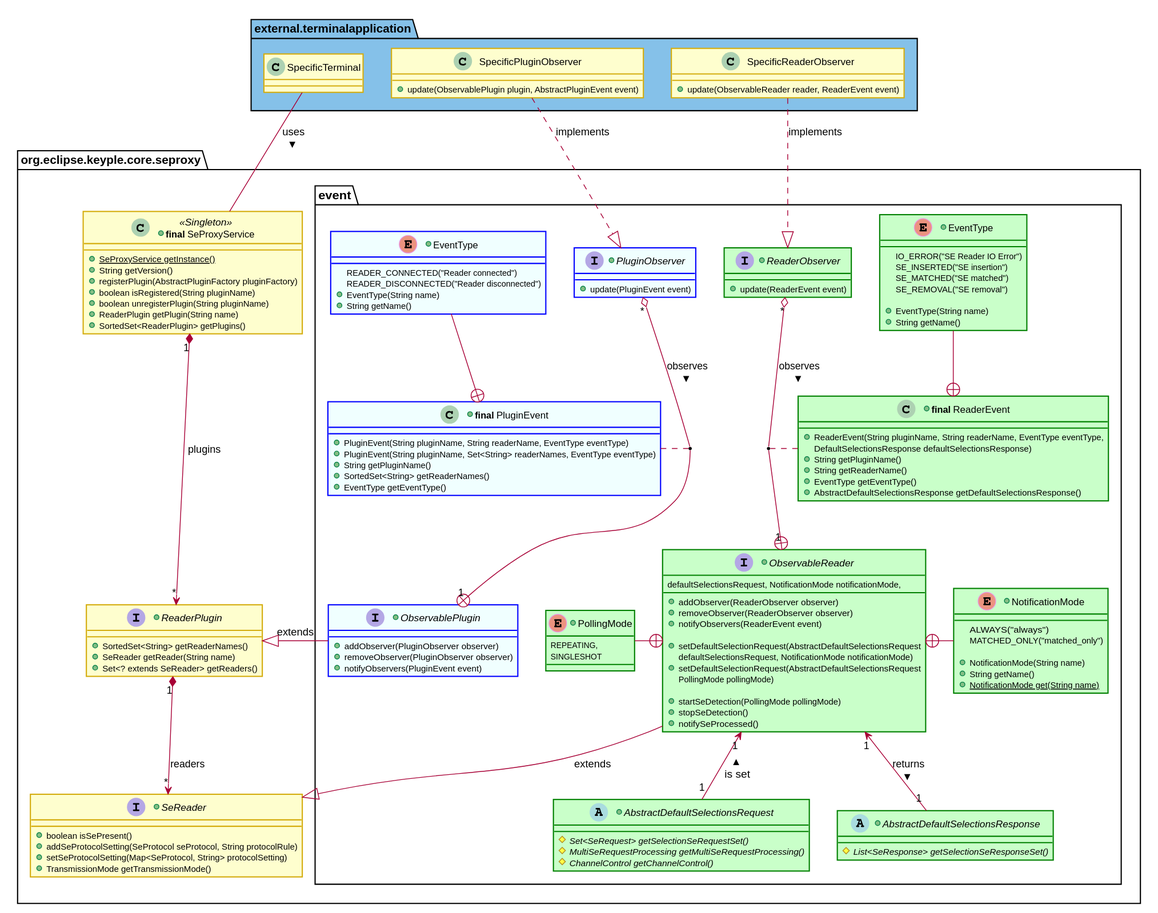
Above: docs/KeypleCoreApi/ApplicationApi/img/KeypleCore_ApplicationApi_ClassDiag_SE_Proxy_ObservablePluginAndReaderEvents_0_8_1.svg in calypsonet/keyple (PlantUML), before the change.
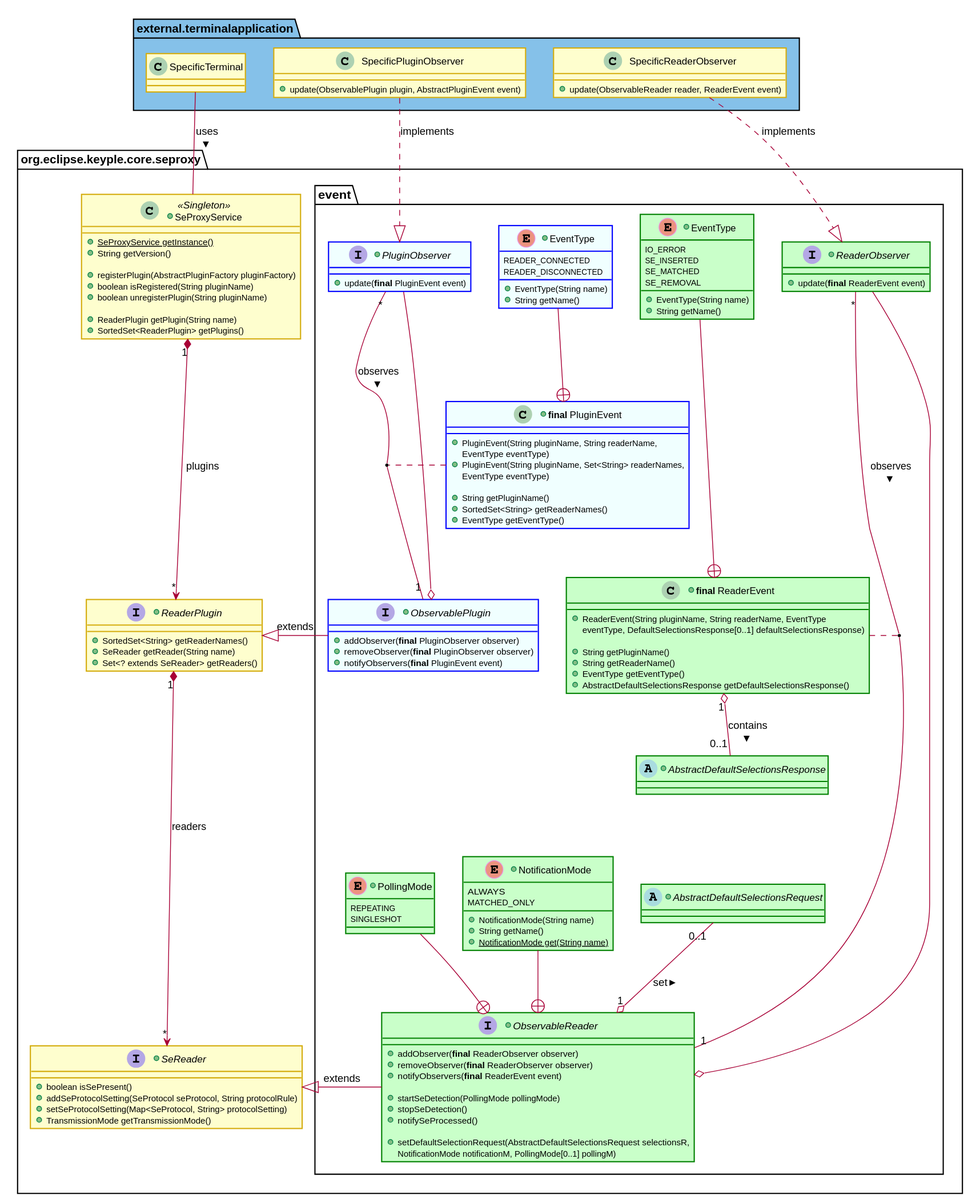
The same file after the commit.

What changed in the source:
```diff
@@ -38,121 +38,91 @@
 
 package org.eclipse.keyple.core.seproxy #FFFFFF {
 
-+class "<b>final</b> SeProxyService" as SeProxyService << Singleton >> {
-  +{static}SeProxyService getInstance()
-  +String getVersion()
-  +registerPlugin(AbstractPluginFactory pluginFactory)
-  +boolean isRegistered(String pluginName)
-  +boolean unregisterPlugin(String pluginName)
-  +ReaderPlugin getPlugin(String name)
-  +SortedSet<ReaderPlugin> getPlugins()
-}
+  class SeProxyService
 
   package event #FFFFFF {
 +enum "EventType" as EventType_Plugin {
-  READER_CONNECTED("Reader connected")
-  READER_DISCONNECTED("Reader disconnected")
+  READER_CONNECTED
+  READER_DISCONNECTED
   +EventType(String name)
   +String getName()
 }
 
 +class "<b>final</b> PluginEvent" as PluginEvent {
-  +PluginEvent(String pluginName, String readerName, EventType eventType)
-  +PluginEvent(String pluginName, Set<String> readerNames, EventType eventType)
+  +PluginEvent(String pluginName, String readerName,
+    EventType eventType)
+  +PluginEvent(String pluginName, Set<String> readerNames,
+    EventType eventType)
+
   +String getPluginName()
   +SortedSet<String> getReaderNames()
   +EventType getEventType()
 }
++interface PluginObserver {
+  +update(<b>final</b> PluginEvent event)
+}
+    interface ObservablePlugin
     EventType_Plugin -up-+ PluginEvent
 
-+interface PluginObserver {
-  +update(PluginEvent event)
-}
-+interface ObservablePlugin {
-  +addObserver(PluginObserver observer)
-  +removeObserver(PluginObserver observer)
-  +notifyObservers(PluginEvent event)
-}
 
-    PluginObserver "1" +-down-o "*" ObservablePlugin : observes <
+    PluginObserver "*" -down- "1" ObservablePlugin : observes >
     PluginEvent . (ObservablePlugin, PluginObserver)
+    PluginObserver --o ObservablePlugin
 
 +enum "EventType" as EventType_Reader {
-  IO_ERROR("SE Reader IO Error")
-  SE_INSERTED("SE insertion")
-  SE_MATCHED("SE matched")
-  SE_REMOVAL("SE removal")
-
+  IO_ERROR
+  SE_INSERTED
+  SE_MATCHED
+  SE_REMOVAL
   +EventType(String name)
   +String getName()
 }
 
 +class "<b>final</b> ReaderEvent" as ReaderEvent {
-  +ReaderEvent(String pluginName, String readerName, EventType eventType,
-    DefaultSelectionsResponse defaultSelectionsResponse)
+  +ReaderEvent(String pluginName, String readerName, EventType
+  eventType, DefaultSelectionsResponse[0..1] defaultSelectionsResponse)
+
   +String getPluginName()
   +String getReaderName()
   +EventType getEventType()
   +AbstractDefaultSelectionsResponse getDefaultSelectionsResponse()
 }
-    EventType_Reader -up-+ ReaderEvent
+    EventType_Reader -up--+ ReaderEvent
+    ReaderEvent "1" o-down- "0..1" AbstractDefaultSelectionsResponse : contains >
 
 +interface ReaderObserver {
-  +update(ReaderEvent event)
+  +update(<b>final</b> ReaderEvent event)
 }
-+interface ObservableReader {
-  +addObserver(ReaderObserver observer)
-  +removeObserver(ReaderObserver observer)
-  +notifyObservers(ReaderEvent event)
-
-  +setDefaultSelectionRequest(AbstractDefaultSelectionsRequest
-    defaultSelectionsRequest, NotificationMode notificationMode)
-  +setDefaultSelectionRequest(AbstractDefaultSelectionsRequest
-    defaultSelectionsRequest, NotificationMode notificationMode,
-    PollingMode pollingMode)
-
-  +startSeDetection(PollingMode pollingMode)
-  +stopSeDetection()
-  +notifySeProcessed()
-}
+    interface ObservableReader
 +enum NotificationMode {
-  ALWAYS("always")
-  MATCHED_ONLY("matched_only")
-
+  ALWAYS
+  MATCHED_ONLY
   +NotificationMode(String name)
   +String getName()
   +{static}NotificationMode get(String name)
 }
 
 +enum PollingMode {
-  REPEATING,
+  REPEATING
   SINGLESHOT
 }
 +abstract AbstractDefaultSelectionsRequest {
-  {abstract} #Set<SeRequest> getSelectionSeRequestSet()
-  {abstract} #MultiSeRequestProcessing getMultiSeRequestProcessing()
-  {abstract} #ChannelControl getChannelControl()
 }
 
 +abstract AbstractDefaultSelectionsResponse {
-  {abstract} #List<SeResponse> getSelectionSeResponseSet()
 }
 
-    ReaderObserver "1" +-down-o "*" ObservableReader : observes <
+    ReaderObserver "*" -down-- "1" ObservableReader : observes >
     ReaderEvent . (ReaderObserver, ObservableReader)
+    ReaderObserver --o ObservableReader
 
-    PollingMode -left-+ ObservableReader
-    NotificationMode -right-+ ObservableReader
-
-    ObservableReader "1" <-- "1" AbstractDefaultSelectionsRequest : is set <
-    ObservableReader "1" <-- "1" AbstractDefaultSelectionsResponse : returns >
+    PollingMode --+ ObservableReader
+    NotificationMode --+ ObservableReader
+    ObservableReader "1" o-up- "0..1" AbstractDefaultSelectionsRequest : set >
+AbstractDefaultSelectionsResponse -down[hidden]- AbstractDefaultSelectionsRequest
   }
 
-+interface ReaderPlugin {
-  +SortedSet<String> getReaderNames()
-  +SeReader getReader(String name)
-  +Set<? extends SeReader> getReaders()
-}
+  interface ReaderPlugin
 +interface SeReader {
   +boolean isSePresent()
   +addSeProtocolSetting(SeProtocol seProtocol, String protocolRule)
@@ -164,19 +134,18 @@
   ReaderPlugin "1" *-down-> "*" SeReader : readers
 
   ObservablePlugin -left-|> ReaderPlugin : extends
-  ObservableReader --|> SeReader : extends
+  ObservableReader -left-|> SeReader : extends
 }
 
 SpecificPluginObserver .down.|> PluginObserver : implements
 SpecificReaderObserver .down.|> ReaderObserver : implements
 SpecificTerminal -down- SeProxyService : uses >
 
-SpecificTerminal -right[hidden]- SpecificPluginObserver
-
-SeProxyService -right[hidden]--> EventType_Plugin
-EventType_Plugin  -right[hidden]--> PluginObserver
-PluginObserver -right[hidden]--> ReaderObserver
-ReaderObserver  -right[hidden]--> EventType_Reader
+SpecificTerminal -right[hidden]--- SpecificPluginObserver
+SeProxyService -right[hidden]--> PluginObserver
+PluginObserver  -right[hidden]--> EventType_Plugin
+EventType_Plugin -right[hidden]--> EventType_Reader
+EventType_Reader  -right[hidden]--> ReaderObserver
 
 
 enum EventType_Plugin <<Plugin>>
@@ -202,4 +171,37 @@
   BackgroundColor<<Reader>> TECHNOLOGY
   BorderColor<<Reader>> Green
 }
++class "<b>final</b> SeProxyService" as SeProxyService << Singleton >> {
+  +{static}SeProxyService getInstance()
+  +String getVersion()
+
+  +registerPlugin(AbstractPluginFactory pluginFactory)
+  +boolean isRegistered(String pluginName)
+  +boolean unregisterPlugin(String pluginName)
+
+  +ReaderPlugin getPlugin(String name)
+  +SortedSet<ReaderPlugin> getPlugins()
+}
++interface ReaderPlugin {
+  +SortedSet<String> getReaderNames()
+  +SeReader getReader(String name)
+  +Set<? extends SeReader> getReaders()
+}
++interface ObservablePlugin {
+  +addObserver(<b>final</b> PluginObserver observer)
+  +removeObserver(<b>final</b> PluginObserver observer)
+  +notifyObservers(<b>final</b> PluginEvent event)
+}
++interface ObservableReader {
+  +addObserver(<b>final</b> ReaderObserver observer)
+  +removeObserver(<b>final</b> ReaderObserver observer)
+  +notifyObservers(<b>final</b> ReaderEvent event)
+
+  +startSeDetection(PollingMode pollingMode)
+  +stopSeDetection()
+  +notifySeProcessed()
+
+  +setDefaultSelectionRequest(AbstractDefaultSelectionsRequest selectionsR,
+    NotificationMode notificationM, PollingMode[0..1] pollingM)
+}
 @enduml
```
